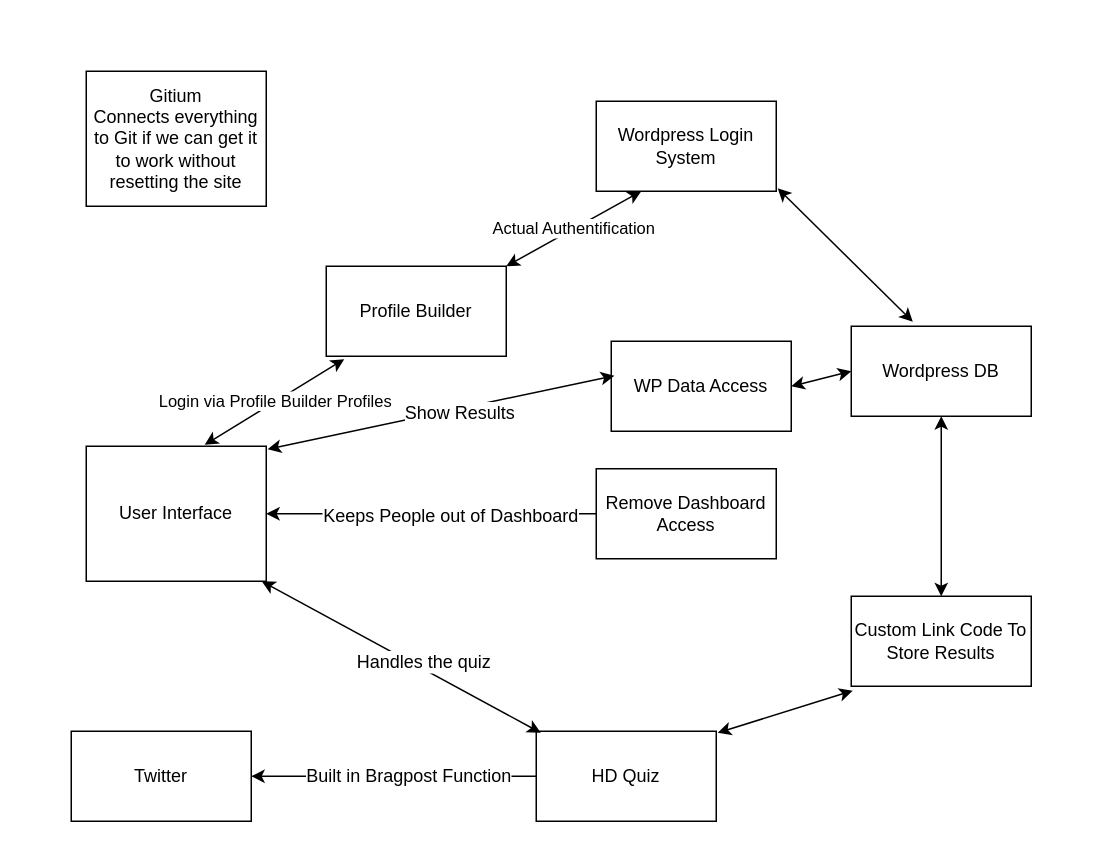
This is Project Documentation/class and plugin diagram.drawio from awalte11/Driving-Quiz-Project, a draw.io file, before an edit. Source tidied: cells renumbered, new cells numbered last; positions are measured from the earlier drawing's top-left corner, leaving out a move shared by most shapes. Both pictures are drawn from the tidied source at 150%, with x=0, y=0 at pixel (70, 70).
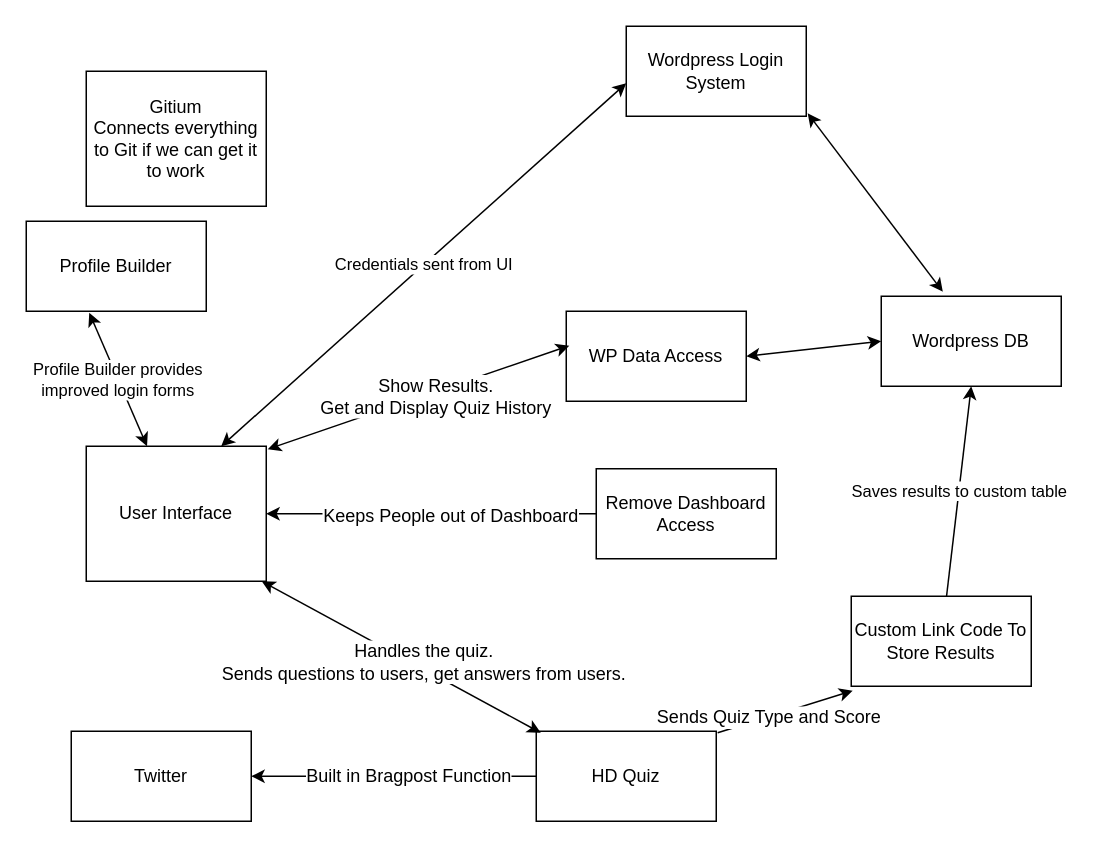
After the change.

Commit message:
improved the class/plugin diagram

The change refers to these unchanged cells:
```xml
<mxCell id="2" value="&lt;div&gt;User Interface&lt;/div&gt;" style="rounded=0;whiteSpace=wrap;html=1;" parent="1" vertex="1">
  <mxGeometry x="10" y="250" width="120" height="90" as="geometry" />
</mxCell>
<mxCell id="7" value="HD Quiz" style="rounded=0;whiteSpace=wrap;html=1;" parent="1" vertex="1">
  <mxGeometry x="310" y="440" width="120" height="60" as="geometry" />
</mxCell>
<mxCell id="14" style="endArrow=classic;startArrow=classic;html=1;exitX=0.975;exitY=1;exitDx=0;exitDy=0;exitPerimeter=0;entryX=0.025;entryY=0.017;entryDx=0;entryDy=0;entryPerimeter=0;" parent="1" edge="1" source="2" target="7">
  <mxGeometry relative="1" as="geometry" />
</mxCell>
<mxCell id="19" value="Custom Link Code To Store Results" style="rounded=0;whiteSpace=wrap;html=1;" parent="1" vertex="1">
  <mxGeometry x="520" y="350" width="120" height="60" as="geometry" />
</mxCell>
<mxCell id="23" style="endArrow=classic;startArrow=classic;html=1;entryX=0.017;entryY=0.383;entryDx=0;entryDy=0;entryPerimeter=0;exitX=1.008;exitY=0.022;exitDx=0;exitDy=0;exitPerimeter=0;" parent="1" edge="1" source="2" target="22">
  <mxGeometry relative="1" as="geometry" />
</mxCell>
```

Diff of the diagram source:
```diff
@@
     <mxCell id="3" value="&lt;div&gt;Wordpress Login System&lt;/div&gt;" style="rounded=0;whiteSpace=wrap;html=1;" parent="1" vertex="1">
-      <mxGeometry x="350" y="20" width="120" height="60" as="geometry" />
+      <mxGeometry x="370" y="-30" width="120" height="60" as="geometry" />
     </mxCell>
@@
-    <mxCell id="5" value="&lt;div&gt;Gitium&lt;/div&gt;&lt;div&gt;Connects everything to Git if we can get it to work without resetting the site&lt;br&gt;&lt;/div&gt;" style="rounded=0;whiteSpace=wrap;html=1;" parent="1" vertex="1">
+    <mxCell id="5" value="&lt;div&gt;Gitium&lt;/div&gt;&lt;div&gt;Connects everything to Git if we can get it to work&lt;/div&gt;" style="rounded=0;whiteSpace=wrap;html=1;" parent="1" vertex="1">
       <mxGeometry x="10" width="120" height="90" as="geometry" />
     </mxCell>
     <mxCell id="6" value="Profile Builder" style="rounded=0;whiteSpace=wrap;html=1;" parent="1" vertex="1">
-      <mxGeometry x="170" y="130" width="120" height="60" as="geometry" />
+      <mxGeometry x="-30" y="100" width="120" height="60" as="geometry" />
     </mxCell>
@@
-    <mxCell id="8" value="Login via Profile Builder Profiles" style="endArrow=classic;startArrow=classic;html=1;exitX=0.658;exitY=-0.011;exitDx=0;exitDy=0;exitPerimeter=0;entryX=0.1;entryY=1.033;entryDx=0;entryDy=0;entryPerimeter=0;" parent="1" edge="1" source="2" target="6">
-      <mxGeometry relative="1" as="geometry" />
-    </mxCell>
-    <mxCell id="9" value="Actual Authentification" style="endArrow=classic;startArrow=classic;html=1;entryX=0.25;entryY=1;entryDx=0;entryDy=0;" parent="1" edge="1" target="3">
-      <mxGeometry relative="1" as="geometry">
-        <mxPoint x="290" y="130" as="sourcePoint" />
-      </mxGeometry>
-    </mxCell>
     <mxCell id="10" value="Wordpress DB" style="rounded=0;whiteSpace=wrap;html=1;" parent="1" vertex="1">
-      <mxGeometry x="520" y="170" width="120" height="60" as="geometry" />
+      <mxGeometry x="540" y="150" width="120" height="60" as="geometry" />
     </mxCell>
@@
-    <mxCell id="15" value="Handles the quiz" style="text;html=1;align=center;verticalAlign=middle;labelBackgroundColor=#ffffff;" parent="14" vertex="1">
+    <mxCell id="15" value="Handles the quiz.&lt;br&gt;&lt;div&gt;Sends questions to users, get answers from users.&lt;/div&gt;" style="text;html=1;align=center;verticalAlign=middle;labelBackgroundColor=#ffffff;" parent="14" vertex="1">
       <mxGeometry x="0.13" y="4" relative="1" as="geometry" />
     </mxCell>
@@
-    <mxCell id="20" style="endArrow=classic;startArrow=classic;html=1;entryX=1.008;entryY=0.017;entryDx=0;entryDy=0;entryPerimeter=0;exitX=0.008;exitY=1.05;exitDx=0;exitDy=0;exitPerimeter=0;" parent="1" edge="1" source="19" target="7">
+    <mxCell id="20" style="endArrow=none;startArrow=classic;html=1;entryX=1.008;entryY=0.017;entryDx=0;entryDy=0;entryPerimeter=0;exitX=0.008;exitY=1.05;exitDx=0;exitDy=0;exitPerimeter=0;startFill=1;endFill=0;" parent="1" edge="1" source="19" target="7">
       <mxGeometry relative="1" as="geometry" />
     </mxCell>
+    <mxCell id="26" value="Sends Quiz Type and Score" style="text;html=1;align=center;verticalAlign=middle;labelBackgroundColor=#ffffff;" parent="20" vertex="1">
+      <mxGeometry x="0.24" relative="1" as="geometry">
+        <mxPoint x="-1" as="offset" />
+      </mxGeometry>
+    </mxCell>
-    <mxCell id="21" style="endArrow=classic;startArrow=classic;html=1;entryX=0.5;entryY=1;entryDx=0;entryDy=0;" parent="1" edge="1" source="19" target="10">
+    <mxCell id="21" value="Saves results to custom table" style="endArrow=classic;startArrow=none;html=1;entryX=0.5;entryY=1;entryDx=0;entryDy=0;startFill=0;" parent="1" edge="1" source="19" target="10">
       <mxGeometry relative="1" as="geometry" />
     </mxCell>
     <mxCell id="22" value="WP Data Access" style="rounded=0;whiteSpace=wrap;html=1;" parent="1" vertex="1">
-      <mxGeometry x="360" y="180" width="120" height="60" as="geometry" />
+      <mxGeometry x="330" y="160" width="120" height="60" as="geometry" />
     </mxCell>
@@
-    <mxCell id="24" value="Show Results" style="text;html=1;align=center;verticalAlign=middle;labelBackgroundColor=#ffffff;" parent="23" vertex="1">
+    <mxCell id="24" value="Show Results.&lt;br&gt;&lt;div&gt;Get and Display Quiz History&lt;/div&gt;" style="text;html=1;align=center;verticalAlign=middle;labelBackgroundColor=#ffffff;" parent="23" vertex="1">
       <mxGeometry x="0.1" y="-3" relative="1" as="geometry" />
     </mxCell>
@@
+    <mxCell id="8" value="&lt;div&gt;Profile Builder provides&lt;/div&gt;&lt;div&gt; improved login forms&lt;/div&gt;" style="endArrow=classic;startArrow=classic;html=1;entryX=0.35;entryY=1.017;entryDx=0;entryDy=0;entryPerimeter=0;" parent="1" edge="1" source="2" target="6">
+      <mxGeometry relative="1" as="geometry" />
+    </mxCell>
+    <mxCell id="27" value="Credentials sent from UI" style="endArrow=classic;startArrow=classic;html=1;exitX=0.75;exitY=0;exitDx=0;exitDy=0;entryX=0;entryY=0.633;entryDx=0;entryDy=0;entryPerimeter=0;" parent="1" edge="1" source="2" target="3">
+      <mxGeometry relative="1" as="geometry" />
+    </mxCell>
```
